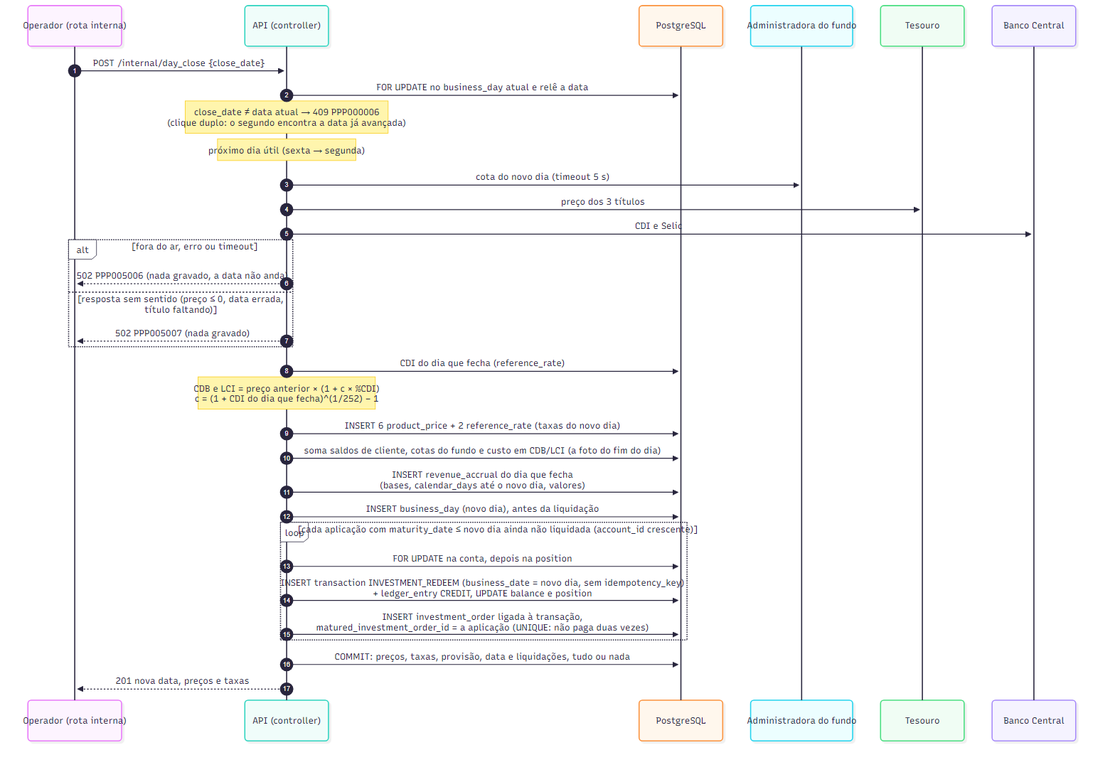
heluylucas/bootcamp-qi-tech-presidas- keeps this Mermaid diagram as docs/diagramas/fechamento-do-dia.png. Above is the earlier version. Its source is kept beside it as docs/diagramas/fechamento-do-dia.mmd.
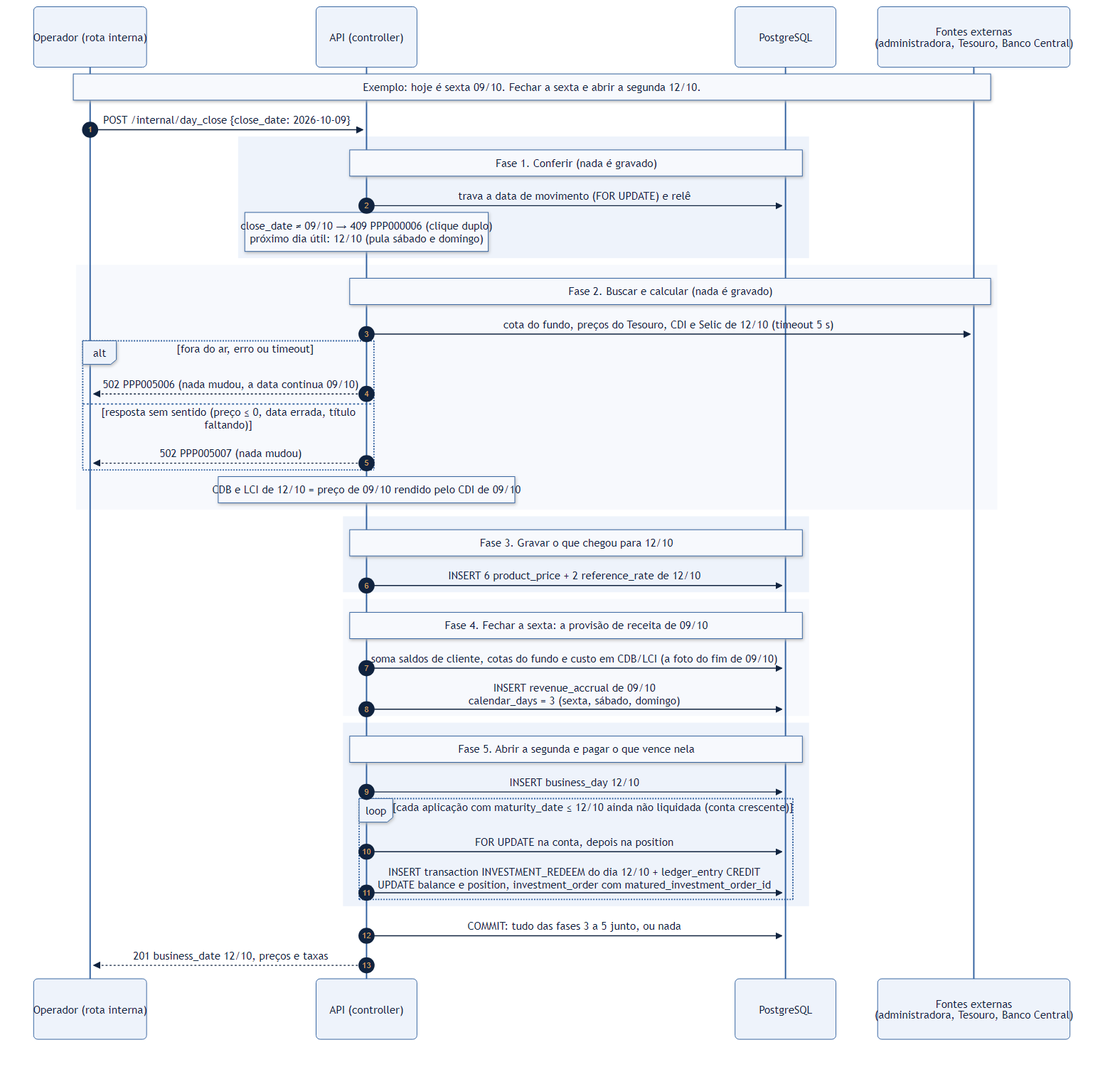
After the commit.

The edit, as a diff of the source:
```diff
@@ -1,34 +1,63 @@
+---
+config:
+  theme: base
+  themeVariables:
+    primaryColor: "#eef3fb"
+    primaryBorderColor: "#2f5f9e"
+    primaryTextColor: "#10233f"
+    lineColor: "#2f5f9e"
+    secondaryColor: "#f7f9fd"
+    tertiaryColor: "#ffffff"
+    noteBkgColor: "#f7f9fd"
+    noteBorderColor: "#2f5f9e"
+    noteTextColor: "#10233f"
+---
 sequenceDiagram
     autonumber
     participant O as Operador (rota interna)
     participant API as API (controller)
     participant DB as PostgreSQL
-    participant F as Administradora do fundo
-    participant T as Tesouro
-    participant BC as Banco Central
+    participant Fora as Fontes externas<br/>(administradora, Tesouro, Banco Central)
 
-    O->>API: POST /internal/day_close {close_date}
-    API->>DB: FOR UPDATE no business_day atual e relê a data
-    Note over API: close_date ≠ data atual → 409 PPP000006<br/>(clique duplo: o segundo encontra a data já avançada)
-    Note over API: próximo dia útil (sexta → segunda)
-    API->>F: cota do novo dia (timeout 5 s)
-    API->>T: preço dos 3 títulos
-    API->>BC: CDI e Selic
-    alt fora do ar, erro ou timeout
-        API-->>O: 502 PPP005006 (nada gravado, a data não anda)
-    else resposta sem sentido (preço ≤ 0, data errada, título faltando)
-        API-->>O: 502 PPP005007 (nada gravado)
+    Note over O,Fora: Exemplo: hoje é sexta 09/10. Fechar a sexta e abrir a segunda 12/10.
+    O->>API: POST /internal/day_close {close_date: 2026-10-09}
+
+    rect rgb(238, 243, 251)
+        Note over API,DB: Fase 1. Conferir (nada é gravado)
+        API->>DB: trava a data de movimento (FOR UPDATE) e relê
+        Note over API: close_date ≠ 09/10 → 409 PPP000006 (clique duplo)<br/>próximo dia útil: 12/10 (pula sábado e domingo)
     end
-    API->>DB: CDI do dia que fecha (reference_rate)
-    Note over API: CDB e LCI = preço anterior × (1 + c × %CDI)<br/>c = (1 + CDI do dia que fecha)^(1/252) − 1
-    API->>DB: INSERT 6 product_price + 2 reference_rate (taxas do novo dia)
-    API->>DB: soma saldos de cliente, cotas do fundo e custo em CDB/LCI (a foto do fim do dia)
-    API->>DB: INSERT revenue_accrual do dia que fecha<br/>(bases, calendar_days até o novo dia, valores)
-    API->>DB: INSERT business_day (novo dia), antes da liquidação
-    loop cada aplicação com maturity_date ≤ novo dia ainda não liquidada (account_id crescente)
-        API->>DB: FOR UPDATE na conta, depois na position
-        API->>DB: INSERT transaction INVESTMENT_REDEEM (business_date = novo dia, sem idempotency_key)<br/>+ ledger_entry CREDIT, UPDATE balance e position
-        API->>DB: INSERT investment_order ligada à transação,<br/>matured_investment_order_id = a aplicação (UNIQUE: não paga duas vezes)
+
+    rect rgb(247, 249, 253)
+        Note over API,Fora: Fase 2. Buscar e calcular (nada é gravado)
+        API->>Fora: cota do fundo, preços do Tesouro, CDI e Selic de 12/10 (timeout 5 s)
+        alt fora do ar, erro ou timeout
+            API-->>O: 502 PPP005006 (nada mudou, a data continua 09/10)
+        else resposta sem sentido (preço ≤ 0, data errada, título faltando)
+            API-->>O: 502 PPP005007 (nada mudou)
+        end
+        Note over API: CDB e LCI de 12/10 = preço de 09/10 rendido pelo CDI de 09/10
     end
-    API->>DB: COMMIT: preços, taxas, provisão, data e liquidações, tudo ou nada
-    API-->>O: 201 nova data, preços e taxas
+
+    rect rgb(238, 243, 251)
+        Note over API,DB: Fase 3. Gravar o que chegou para 12/10
+        API->>DB: INSERT 6 product_price + 2 reference_rate de 12/10
+    end
+
+    rect rgb(247, 249, 253)
+        Note over API,DB: Fase 4. Fechar a sexta: a provisão de receita de 09/10
+        API->>DB: soma saldos de cliente, cotas do fundo e custo em CDB/LCI (a foto do fim de 09/10)
+        API->>DB: INSERT revenue_accrual de 09/10<br/>calendar_days = 3 (sexta, sábado, domingo)
+    end
+
+    rect rgb(238, 243, 251)
+        Note over API,DB: Fase 5. Abrir a segunda e pagar o que vence nela
+        API->>DB: INSERT business_day 12/10
+        loop cada aplicação com maturity_date ≤ 12/10 ainda não liquidada (conta crescente)
+            API->>DB: FOR UPDATE na conta, depois na position
+            API->>DB: INSERT transaction INVESTMENT_REDEEM do dia 12/10 + ledger_entry CREDIT<br/>UPDATE balance e position, investment_order com matured_investment_order_id
+        end
+    end
+
+    API->>DB: COMMIT: tudo das fases 3 a 5 junto, ou nada
+    API-->>O: 201 business_date 12/10, preços e taxas
```
